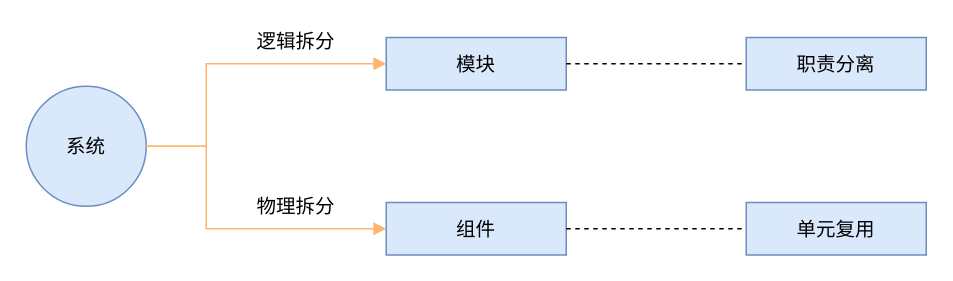
The draw.io diagram page "Page-2" (2 of 5) of 2021-10-23-李运华架构实战营学习笔记/第01节课：什么是架构，你理解对了么？/lesson-1.drawio in acomma/notes, before the edit. Source tidied: cells renumbered, new cells numbered last; positions are measured from the earlier drawing's top-left corner, leaving out a move shared by most shapes. Both pictures are drawn from the tidied source at 150%, with x=0, y=0 at pixel (26, 26).
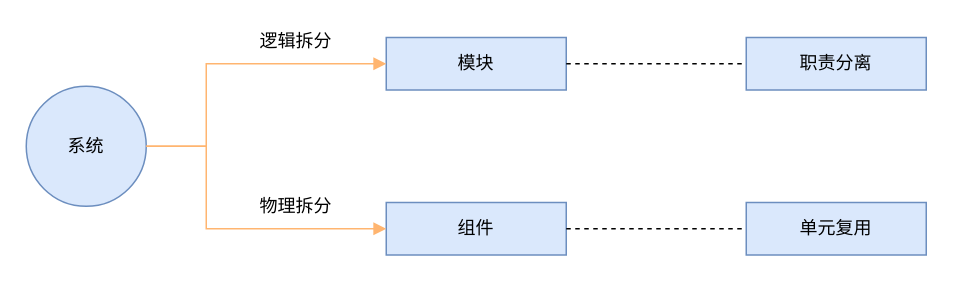
The same diagram, later.

Change to the diagram source:
```diff
@@
 <mxGraphModel>
   <root>
     <mxCell id="0" />
     <mxCell id="1" parent="0" />
-    <mxCell id="2" value="系统" style="ellipse;whiteSpace=wrap;html=1;fillColor=#dae8fc;strokeColor=#6c8ebf;fontStyle=0;fontSize=13;fontFamily=微软雅黑;" parent="1" vertex="1">
+    <mxCell id="2" value="系统" style="ellipse;whiteSpace=wrap;html=1;fillColor=#dae8fc;strokeColor=#6c8ebf;fontStyle=0;fontSize=12;fontFamily=微软雅黑;" parent="1" vertex="1">
       <mxGeometry y="40" width="80" height="80" as="geometry" />
     </mxCell>
-    <mxCell id="3" value="模块" style="rounded=0;whiteSpace=wrap;html=1;fillColor=#dae8fc;strokeColor=#6c8ebf;fontStyle=0;fontSize=13;fontFamily=微软雅黑;" parent="1" vertex="1">
+    <mxCell id="3" value="模块" style="rounded=0;whiteSpace=wrap;html=1;fillColor=#dae8fc;strokeColor=#6c8ebf;fontStyle=0;fontSize=12;fontFamily=微软雅黑;" parent="1" vertex="1">
       <mxGeometry x="240" y="7.5" width="120" height="35" as="geometry" />
     </mxCell>
-    <mxCell id="4" value="组件" style="rounded=0;whiteSpace=wrap;html=1;fillColor=#dae8fc;strokeColor=#6c8ebf;fontStyle=0;fontSize=13;fontFamily=微软雅黑;" parent="1" vertex="1">
+    <mxCell id="4" value="组件" style="rounded=0;whiteSpace=wrap;html=1;fillColor=#dae8fc;strokeColor=#6c8ebf;fontStyle=0;fontSize=12;fontFamily=微软雅黑;" parent="1" vertex="1">
       <mxGeometry x="240" y="117.5" width="120" height="35" as="geometry" />
     </mxCell>
-    <mxCell id="5" value="职责分离" style="rounded=0;whiteSpace=wrap;html=1;fillColor=#dae8fc;strokeColor=#6c8ebf;fontStyle=0;fontSize=13;fontFamily=微软雅黑;" parent="1" vertex="1">
+    <mxCell id="5" value="职责分离" style="rounded=0;whiteSpace=wrap;html=1;fillColor=#dae8fc;strokeColor=#6c8ebf;fontStyle=0;fontSize=12;fontFamily=微软雅黑;" parent="1" vertex="1">
       <mxGeometry x="480" y="7.5" width="120" height="35" as="geometry" />
     </mxCell>
-    <mxCell id="6" value="单元复用" style="rounded=0;whiteSpace=wrap;html=1;fillColor=#dae8fc;strokeColor=#6c8ebf;fontStyle=0;fontSize=13;fontFamily=微软雅黑;" parent="1" vertex="1">
+    <mxCell id="6" value="单元复用" style="rounded=0;whiteSpace=wrap;html=1;fillColor=#dae8fc;strokeColor=#6c8ebf;fontStyle=0;fontSize=12;fontFamily=微软雅黑;" parent="1" vertex="1">
       <mxGeometry x="480" y="117.5" width="120" height="35" as="geometry" />
     </mxCell>
-    <mxCell id="7" style="endArrow=block;html=1;exitX=1;exitY=0.5;exitDx=0;exitDy=0;entryX=0;entryY=0.5;entryDx=0;entryDy=0;endFill=1;strokeWidth=1;edgeStyle=orthogonalEdgeStyle;rounded=0;strokeColor=#FFB570;" parent="1" edge="1" source="2" target="3">
+    <mxCell id="7" style="endArrow=block;html=1;exitX=1;exitY=0.5;exitDx=0;exitDy=0;entryX=0;entryY=0.5;entryDx=0;entryDy=0;endFill=1;strokeWidth=1;edgeStyle=orthogonalEdgeStyle;rounded=0;strokeColor=#FFB570;fontSize=12;" parent="1" edge="1" source="2" target="3">
       <mxGeometry relative="1" as="geometry">
         <Array as="points">
           <mxPoint x="120" y="80" />
           <mxPoint x="120" y="25" />
         </Array>
       </mxGeometry>
     </mxCell>
-    <mxCell id="8" style="endArrow=block;html=1;exitX=1;exitY=0.5;exitDx=0;exitDy=0;entryX=0;entryY=0.5;entryDx=0;entryDy=0;endFill=1;edgeStyle=orthogonalEdgeStyle;rounded=0;strokeWidth=1;strokeColor=#FFB570;" parent="1" edge="1" source="2" target="4">
+    <mxCell id="8" style="endArrow=block;html=1;exitX=1;exitY=0.5;exitDx=0;exitDy=0;entryX=0;entryY=0.5;entryDx=0;entryDy=0;endFill=1;edgeStyle=orthogonalEdgeStyle;rounded=0;strokeWidth=1;strokeColor=#FFB570;fontSize=12;" parent="1" edge="1" source="2" target="4">
       <mxGeometry relative="1" as="geometry">
         <Array as="points">
           <mxPoint x="120" y="80" />
           <mxPoint x="120" y="135" />
         </Array>
       </mxGeometry>
     </mxCell>
-    <mxCell id="9" style="endArrow=none;dashed=1;html=1;strokeWidth=1;entryX=0;entryY=0.5;entryDx=0;entryDy=0;exitX=1;exitY=0.5;exitDx=0;exitDy=0;" parent="1" edge="1" source="3" target="5">
+    <mxCell id="9" style="endArrow=none;dashed=1;html=1;strokeWidth=1;entryX=0;entryY=0.5;entryDx=0;entryDy=0;exitX=1;exitY=0.5;exitDx=0;exitDy=0;fontSize=12;" parent="1" edge="1" source="3" target="5">
       <mxGeometry relative="1" as="geometry" />
     </mxCell>
-    <mxCell id="10" style="endArrow=none;dashed=1;html=1;strokeWidth=1;entryX=0;entryY=0.5;entryDx=0;entryDy=0;exitX=1;exitY=0.5;exitDx=0;exitDy=0;" parent="1" edge="1" source="4" target="6">
+    <mxCell id="10" style="endArrow=none;dashed=1;html=1;strokeWidth=1;entryX=0;entryY=0.5;entryDx=0;entryDy=0;exitX=1;exitY=0.5;exitDx=0;exitDy=0;fontSize=12;" parent="1" edge="1" source="4" target="6">
       <mxGeometry relative="1" as="geometry" />
     </mxCell>
-    <mxCell id="11" value="逻辑拆分" style="text;html=1;strokeColor=none;fillColor=none;align=center;verticalAlign=middle;whiteSpace=wrap;rounded=0;fontFamily=微软雅黑;fontSize=13;" parent="1" vertex="1">
+    <mxCell id="11" value="逻辑拆分" style="text;html=1;strokeColor=none;fillColor=none;align=center;verticalAlign=middle;whiteSpace=wrap;rounded=0;fontFamily=微软雅黑;fontSize=12;" parent="1" vertex="1">
       <mxGeometry x="150" width="60" height="20" as="geometry" />
     </mxCell>
-    <mxCell id="12" value="物理拆分" style="text;html=1;strokeColor=none;fillColor=none;align=center;verticalAlign=middle;whiteSpace=wrap;rounded=0;fontFamily=微软雅黑;fontSize=13;" parent="1" vertex="1">
+    <mxCell id="12" value="物理拆分" style="text;html=1;strokeColor=none;fillColor=none;align=center;verticalAlign=middle;whiteSpace=wrap;rounded=0;fontFamily=微软雅黑;fontSize=12;" parent="1" vertex="1">
       <mxGeometry x="150" y="110" width="60" height="20" as="geometry" />
     </mxCell>
   </root>
 </mxGraphModel>
```
